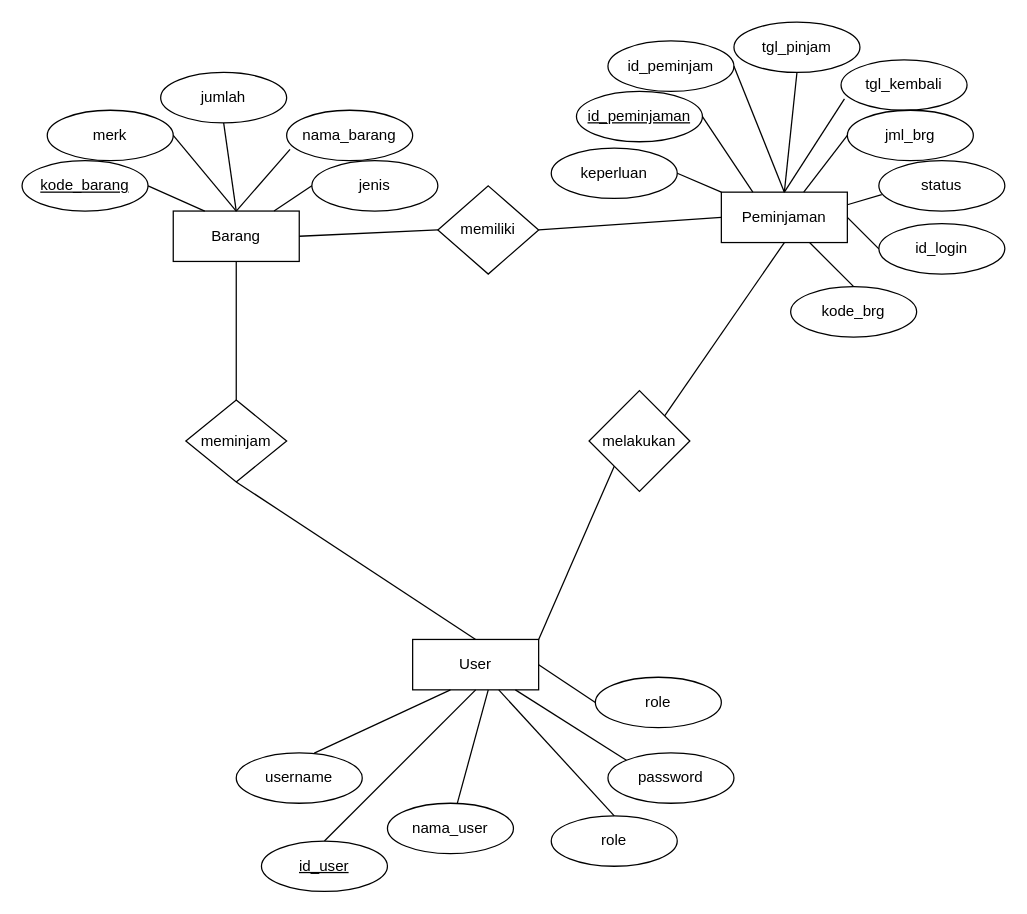
The draw.io diagram erdEntitas.drawio in AlliefJundan/aaaaa, before the edit. Source tidied: cells renumbered, new cells numbered last; positions are measured from the earlier drawing's top-left corner, leaving out a move shared by most shapes. Both pictures are drawn from the tidied source at 126%, with x=0, y=0 at pixel (21, 21).
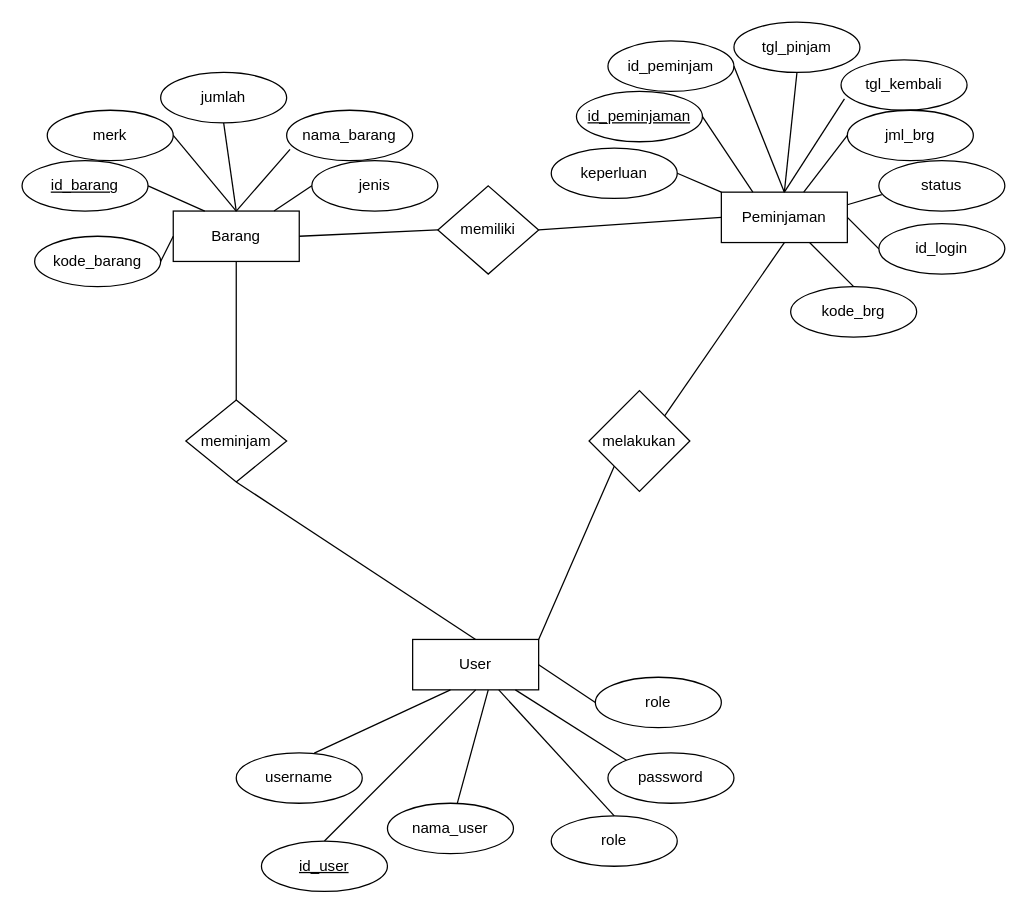
The same page after the edit.

The change refers to these unchanged cells:
```xml
<mxCell id="2" value="Barang" style="whiteSpace=wrap;html=1;align=center;" parent="1" vertex="1">
  <mxGeometry x="120" y="150" width="100" height="40" as="geometry" />
</mxCell>
```

What changed in the source:
```diff
@@
-    <mxCell id="7" value="kode_barang" style="ellipse;whiteSpace=wrap;html=1;align=center;fontStyle=4;" parent="1" vertex="1">
+    <mxCell id="7" value="id_barang" style="ellipse;whiteSpace=wrap;html=1;align=center;fontStyle=4;" parent="1" vertex="1">
       <mxGeometry y="110" width="100" height="40" as="geometry" />
     </mxCell>
@@
+    <mxCell id="54" value="kode_barang" style="ellipse;whiteSpace=wrap;html=1;align=center;" parent="1" vertex="1">
+      <mxGeometry x="10" y="170" width="100" height="40" as="geometry" />
+    </mxCell>
+    <mxCell id="55" style="endArrow=none;html=1;rounded=0;exitX=1;exitY=0.5;exitDx=0;exitDy=0;entryX=0;entryY=0.5;entryDx=0;entryDy=0;" parent="1" edge="1" source="54" target="2">
+      <mxGeometry relative="1" as="geometry" />
+    </mxCell>
```
